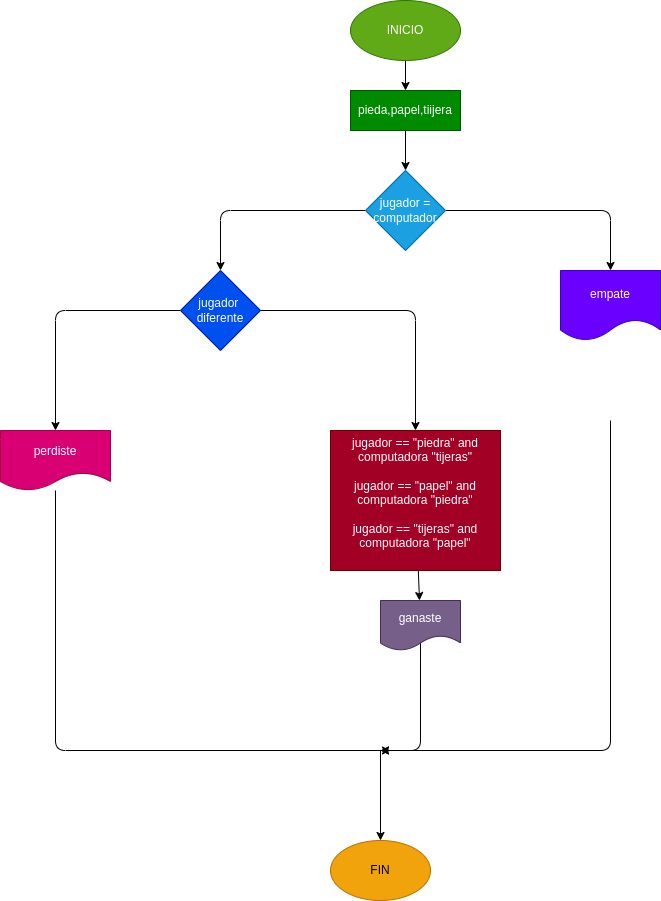
Before: diagrama.png, a diagram exported from draw.io (luciagomez098/piedra-papel-o-tijera). Source tidied: cells renumbered, new cells last; positions are measured from the earlier drawing's top-left corner, leaving out a move shared by most shapes. The source it was exported from:
```xml
<mxGraphModel>
  <root>
    <mxCell id="0" />
    <mxCell id="1" parent="0" />
    <mxCell id="2" style="edgeStyle=none;html=1;" parent="1" edge="1" source="3" target="5">
      <mxGeometry relative="1" as="geometry" />
    </mxCell>
    <mxCell id="3" value="INICIO" style="ellipse;whiteSpace=wrap;html=1;fillColor=#60a917;fontColor=#ffffff;strokeColor=#2D7600;" parent="1" vertex="1">
      <mxGeometry x="350" width="110" height="60" as="geometry" />
    </mxCell>
    <mxCell id="4" style="edgeStyle=none;html=1;" parent="1" edge="1" source="5" target="8">
      <mxGeometry relative="1" as="geometry" />
    </mxCell>
    <mxCell id="5" value="pieda,papel,tiijera" style="whiteSpace=wrap;html=1;fillColor=#008a00;fontColor=#ffffff;strokeColor=#005700;" parent="1" vertex="1">
      <mxGeometry x="350" y="90" width="110" height="40" as="geometry" />
    </mxCell>
    <mxCell id="6" style="edgeStyle=none;html=1;" parent="1" edge="1" source="8" target="11">
      <mxGeometry relative="1" as="geometry">
        <Array as="points">
          <mxPoint x="220" y="210" />
        </Array>
      </mxGeometry>
    </mxCell>
    <mxCell id="7" style="edgeStyle=none;html=1;" parent="1" edge="1" source="8" target="13">
      <mxGeometry relative="1" as="geometry">
        <Array as="points">
          <mxPoint x="610" y="210" />
        </Array>
      </mxGeometry>
    </mxCell>
    <mxCell id="8" value="jugador = computador" style="rhombus;whiteSpace=wrap;html=1;fillColor=#1ba1e2;fontColor=#ffffff;strokeColor=#006EAF;" parent="1" vertex="1">
      <mxGeometry x="365" y="170" width="80" height="80" as="geometry" />
    </mxCell>
    <mxCell id="9" style="edgeStyle=none;html=1;" parent="1" edge="1" source="11" target="15">
      <mxGeometry relative="1" as="geometry">
        <Array as="points">
          <mxPoint x="55" y="310" />
        </Array>
      </mxGeometry>
    </mxCell>
    <mxCell id="10" style="edgeStyle=none;html=1;" parent="1" edge="1" source="11" target="17">
      <mxGeometry relative="1" as="geometry">
        <Array as="points">
          <mxPoint x="415" y="310" />
        </Array>
      </mxGeometry>
    </mxCell>
    <mxCell id="11" value="jugador&amp;nbsp; diferente" style="rhombus;whiteSpace=wrap;html=1;fillColor=#0050ef;fontColor=#ffffff;strokeColor=#001DBC;" parent="1" vertex="1">
      <mxGeometry x="180" y="270" width="80" height="80" as="geometry" />
    </mxCell>
    <mxCell id="12" style="edgeStyle=none;html=1;" parent="1" edge="1">
      <mxGeometry relative="1" as="geometry">
        <mxPoint x="610" y="420" as="sourcePoint" />
        <mxPoint x="380" y="750" as="targetPoint" />
        <Array as="points">
          <mxPoint x="610" y="750" />
        </Array>
      </mxGeometry>
    </mxCell>
    <mxCell id="13" value="empate" style="shape=document;whiteSpace=wrap;html=1;boundedLbl=1;fillColor=#6a00ff;fontColor=#ffffff;strokeColor=#3700CC;" parent="1" vertex="1">
      <mxGeometry x="560" y="270" width="100" height="70" as="geometry" />
    </mxCell>
    <mxCell id="14" style="edgeStyle=none;html=1;" parent="1" edge="1" source="15">
      <mxGeometry relative="1" as="geometry">
        <mxPoint x="390" y="750" as="targetPoint" />
        <Array as="points">
          <mxPoint x="55" y="750" />
        </Array>
      </mxGeometry>
    </mxCell>
    <mxCell id="15" value="perdiste" style="shape=document;whiteSpace=wrap;html=1;boundedLbl=1;fillColor=#d80073;fontColor=#ffffff;strokeColor=#A50040;" parent="1" vertex="1">
      <mxGeometry y="430" width="110" height="60" as="geometry" />
    </mxCell>
    <mxCell id="16" style="edgeStyle=none;html=1;" parent="1" edge="1" source="17" target="19">
      <mxGeometry relative="1" as="geometry" />
    </mxCell>
    <mxCell id="17" value="jugador == &quot;piedra&quot; and computadora &quot;tijeras&quot;&lt;br&gt;&lt;br&gt;jugador == &quot;papel&quot; and computadora &quot;piedra&quot;&lt;br&gt;&lt;br&gt;jugador == &quot;tijeras&quot; and computadora &quot;papel&quot;&lt;br&gt;&lt;br&gt;" style="whiteSpace=wrap;html=1;fillColor=#a20025;fontColor=#ffffff;strokeColor=#6F0000;" parent="1" vertex="1">
      <mxGeometry x="330" y="430" width="170" height="140" as="geometry" />
    </mxCell>
    <mxCell id="18" style="edgeStyle=none;html=1;" parent="1" edge="1">
      <mxGeometry relative="1" as="geometry">
        <mxPoint x="420" y="640" as="sourcePoint" />
        <mxPoint x="380" y="750" as="targetPoint" />
        <Array as="points">
          <mxPoint x="420" y="750" />
        </Array>
      </mxGeometry>
    </mxCell>
    <mxCell id="19" value="ganaste" style="shape=document;whiteSpace=wrap;html=1;boundedLbl=1;fillColor=#76608a;fontColor=#ffffff;strokeColor=#432D57;" parent="1" vertex="1">
      <mxGeometry x="380" y="600" width="80" height="50" as="geometry" />
    </mxCell>
    <mxCell id="20" style="edgeStyle=none;jettySize=auto;html=1;entryX=0.5;entryY=0;entryDx=0;entryDy=0;" parent="1" edge="1" target="21">
      <mxGeometry relative="1" as="geometry">
        <mxPoint x="380" y="750" as="sourcePoint" />
      </mxGeometry>
    </mxCell>
    <mxCell id="21" value="FIN" style="ellipse;whiteSpace=wrap;html=1;fillColor=#f0a30a;fontColor=#000000;strokeColor=#BD7000;" parent="1" vertex="1">
      <mxGeometry x="330" y="840" width="100" height="60" as="geometry" />
    </mxCell>
  </root>
</mxGraphModel>
```
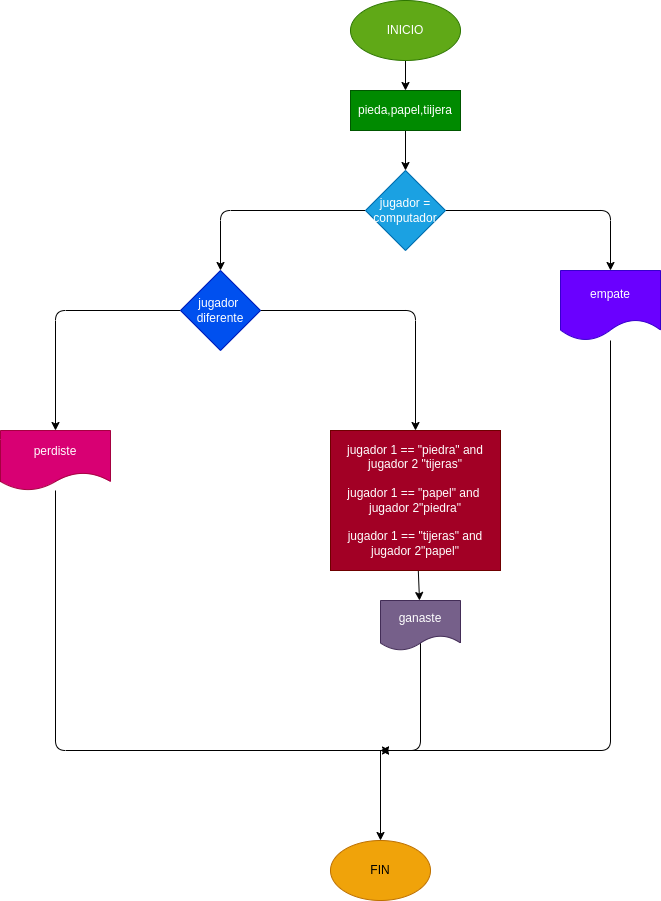
After the change.

Commit message:
se realizo analisis y diseño

Diff of the diagram source:
```diff
@@ -48,9 +48,8 @@
     <mxCell id="11" value="jugador&amp;nbsp; diferente" style="rhombus;whiteSpace=wrap;html=1;fillColor=#0050ef;fontColor=#ffffff;strokeColor=#001DBC;" parent="1" vertex="1">
       <mxGeometry x="180" y="270" width="80" height="80" as="geometry" />
     </mxCell>
-    <mxCell id="12" style="edgeStyle=none;html=1;" parent="1" edge="1">
+    <mxCell id="12" style="edgeStyle=none;html=1;" parent="1" edge="1" source="13">
       <mxGeometry relative="1" as="geometry">
-        <mxPoint x="610" y="420" as="sourcePoint" />
         <mxPoint x="380" y="750" as="targetPoint" />
         <Array as="points">
           <mxPoint x="610" y="750" />
@@ -74,7 +73,7 @@
     <mxCell id="16" style="edgeStyle=none;html=1;" parent="1" edge="1" source="17" target="19">
       <mxGeometry relative="1" as="geometry" />
     </mxCell>
-    <mxCell id="17" value="jugador == &quot;piedra&quot; and computadora &quot;tijeras&quot;&lt;br&gt;&lt;br&gt;jugador == &quot;papel&quot; and computadora &quot;piedra&quot;&lt;br&gt;&lt;br&gt;jugador == &quot;tijeras&quot; and computadora &quot;papel&quot;&lt;br&gt;&lt;br&gt;" style="whiteSpace=wrap;html=1;fillColor=#a20025;fontColor=#ffffff;strokeColor=#6F0000;" parent="1" vertex="1">
+    <mxCell id="17" value="jugador 1 == &quot;piedra&quot; and jugador 2 &quot;tijeras&quot;&lt;br&gt;&lt;br&gt;jugador 1 == &quot;papel&quot; and&amp;nbsp; jugador 2&quot;piedra&quot;&lt;br&gt;&lt;br&gt;jugador 1 == &quot;tijeras&quot; and jugador 2&quot;papel&quot;&lt;br&gt;" style="whiteSpace=wrap;html=1;fillColor=#a20025;fontColor=#ffffff;strokeColor=#6F0000;" parent="1" vertex="1">
       <mxGeometry x="330" y="430" width="170" height="140" as="geometry" />
     </mxCell>
     <mxCell id="18" style="edgeStyle=none;html=1;" parent="1" edge="1">
```
